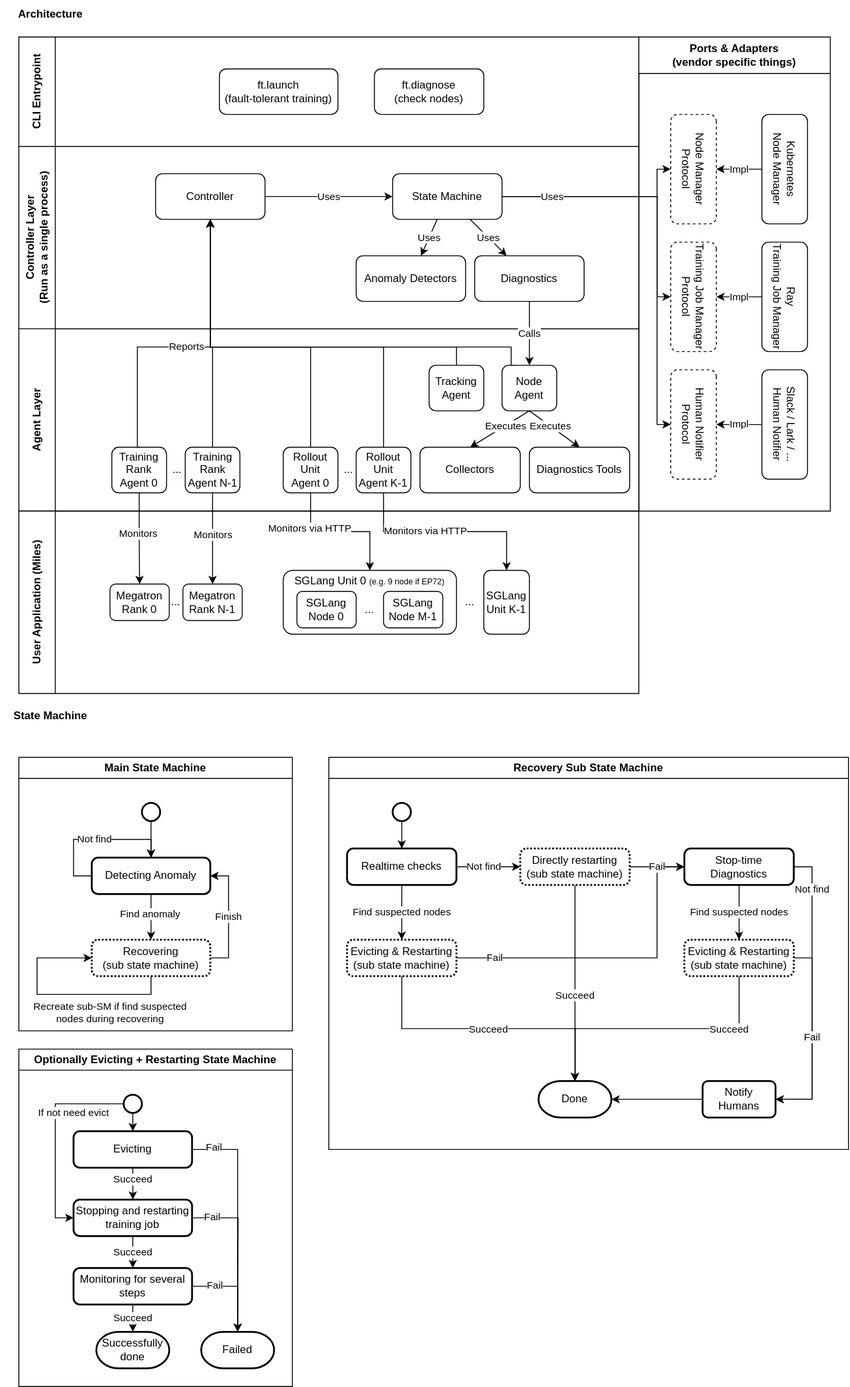
radixark/miles keeps this draw.io diagram as miles/utils/ft/ft_arch.svg. Above is the earlier version. Source tidied: cells renumbered, new cells last; positions are measured from the earlier drawing's top-left corner, leaving out a move shared by most shapes.
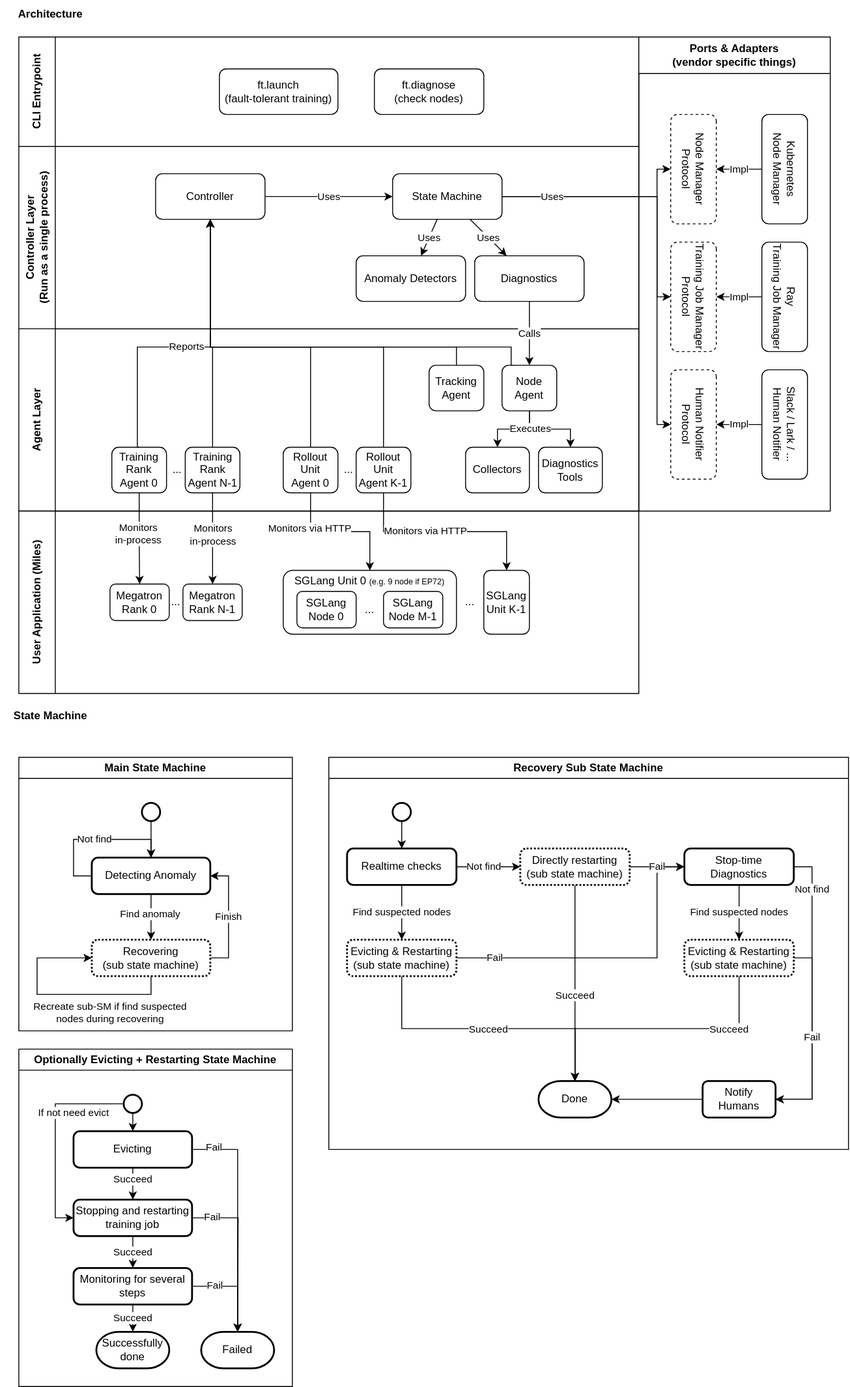
The same diagram one commit later.

Diff of the diagram source:
```diff
@@ -35,12 +35,9 @@
     <mxCell id="12" value="Agent Layer" style="swimlane;horizontal=0;whiteSpace=wrap;html=1;startSize=40;" parent="1" vertex="1">
       <mxGeometry x="20" y="360" width="680" height="200" as="geometry" />
     </mxCell>
-    <mxCell id="13" style="rounded=0;jettySize=auto;html=1;exitX=0.5;exitY=1;exitDx=0;exitDy=0;entryX=0.5;entryY=0;entryDx=0;entryDy=0;" parent="12" edge="1" source="15" target="18">
+    <mxCell id="13" style="rounded=0;jettySize=auto;html=1;exitX=0.5;exitY=1;exitDx=0;exitDy=0;entryX=0.5;entryY=0;entryDx=0;entryDy=0;edgeStyle=orthogonalEdgeStyle;" parent="12" edge="1" source="15" target="18">
       <mxGeometry relative="1" as="geometry" />
     </mxCell>
-    <mxCell id="14" value="Executes" style="edgeLabel;html=1;align=center;verticalAlign=middle;" parent="13" vertex="1">
-      <mxGeometry x="-0.2" relative="1" as="geometry" />
-    </mxCell>
     <mxCell id="15" value="Node Agent" style="rounded=1;whiteSpace=wrap;html=1;" parent="12" vertex="1">
       <mxGeometry x="530" y="40" width="60" height="50" as="geometry" />
     </mxCell>
@@ -51,16 +48,18 @@
       <mxGeometry x="450" y="40" width="60" height="50" as="geometry" />
     </mxCell>
     <mxCell id="18" value="Collectors" style="rounded=1;whiteSpace=wrap;html=1;" parent="12" vertex="1">
-      <mxGeometry x="440" y="130" width="110" height="50" as="geometry" />
+      <mxGeometry x="490" y="130" width="70" height="50" as="geometry" />
     </mxCell>
     <mxCell id="19" value="Diagnostics Tools" style="rounded=1;whiteSpace=wrap;html=1;" parent="12" vertex="1">
-      <mxGeometry x="560" y="130" width="110" height="50" as="geometry" />
+      <mxGeometry x="570" y="130" width="70" height="50" as="geometry" />
     </mxCell>
-    <mxCell id="20" style="rounded=0;jettySize=auto;html=1;exitX=0.5;exitY=1;exitDx=0;exitDy=0;entryX=0.5;entryY=0;entryDx=0;entryDy=0;" parent="12" edge="1" source="15" target="19">
+    <mxCell id="20" style="rounded=0;jettySize=auto;html=1;exitX=0.5;exitY=1;exitDx=0;exitDy=0;entryX=0.5;entryY=0;entryDx=0;entryDy=0;edgeStyle=orthogonalEdgeStyle;" parent="12" edge="1" source="15" target="19">
       <mxGeometry relative="1" as="geometry" />
     </mxCell>
     <mxCell id="21" value="Executes" style="edgeLabel;html=1;align=center;verticalAlign=middle;" parent="20" vertex="1">
-      <mxGeometry x="-0.2" relative="1" as="geometry" />
+      <mxGeometry x="-0.2" relative="1" as="geometry">
+        <mxPoint x="-14" as="offset" />
+      </mxGeometry>
     </mxCell>
     <mxCell id="22" value="Training Rank Agent N-1" style="rounded=1;whiteSpace=wrap;html=1;" parent="12" vertex="1">
       <mxGeometry x="182.5" y="130" width="60" height="50" as="geometry" />
@@ -404,13 +403,13 @@
     <mxCell id="113" style="edgeStyle=orthogonalEdgeStyle;rounded=0;jettySize=auto;html=1;exitX=0.5;exitY=1;exitDx=0;exitDy=0;entryX=0.5;entryY=0;entryDx=0;entryDy=0;" parent="1" edge="1" source="16" target="103">
       <mxGeometry relative="1" as="geometry" />
     </mxCell>
-    <mxCell id="114" value="Monitors" style="edgeLabel;html=1;align=center;verticalAlign=middle;" parent="113" vertex="1">
+    <mxCell id="114" value="Monitors&lt;br&gt;in-process" style="edgeLabel;html=1;align=center;verticalAlign=middle;" parent="113" vertex="1">
       <mxGeometry x="-0.12" y="-1" relative="1" as="geometry" />
     </mxCell>
     <mxCell id="115" style="edgeStyle=orthogonalEdgeStyle;rounded=0;jettySize=auto;html=1;exitX=0.5;exitY=1;exitDx=0;exitDy=0;entryX=0.5;entryY=0;entryDx=0;entryDy=0;" parent="1" edge="1" source="22" target="104">
       <mxGeometry relative="1" as="geometry" />
     </mxCell>
-    <mxCell id="116" value="Monitors" style="edgeLabel;html=1;align=center;verticalAlign=middle;" parent="115" vertex="1">
+    <mxCell id="116" value="Monitors&lt;br style=&quot;border-color: var(--border-color);&quot;&gt;in-process" style="edgeLabel;html=1;align=center;verticalAlign=middle;" parent="115" vertex="1">
       <mxGeometry x="-0.09" relative="1" as="geometry" />
     </mxCell>
     <mxCell id="117" style="edgeStyle=orthogonalEdgeStyle;rounded=0;jettySize=auto;html=1;exitX=0.5;exitY=0;exitDx=0;exitDy=0;entryX=0.5;entryY=1;entryDx=0;entryDy=0;" parent="1" edge="1" source="22" target="6">
```
